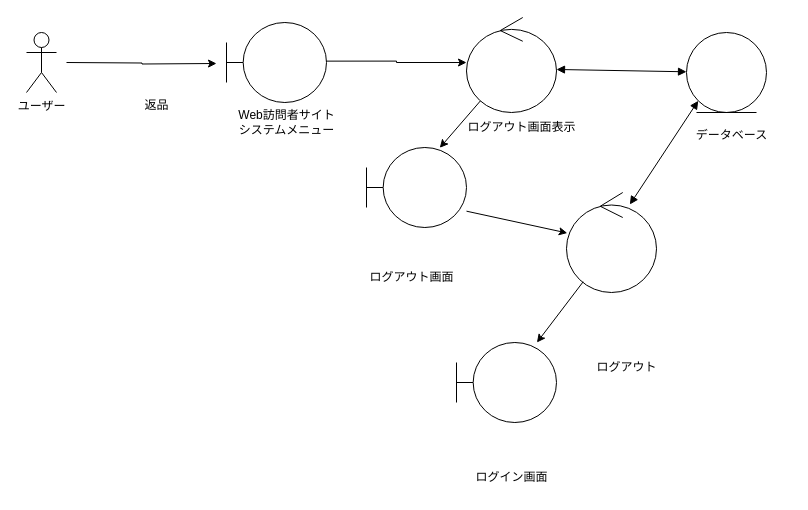
The draw.io diagram BBshop/analysis_09.drawio in ghbuser12/ohara_uml, before the edit. Source tidied: cells renumbered, new cells numbered last; positions are measured from the earlier drawing's top-left corner, leaving out a move shared by most shapes. Both pictures are drawn from the tidied source at 100%, with x=0, y=0 at pixel (26, 17).
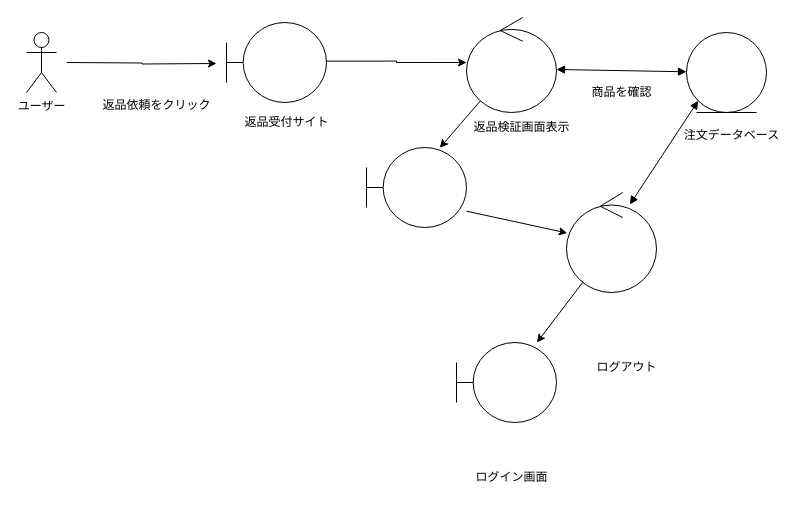
Above is the later version.

What changed in the source:
```diff
@@
-    <mxCell id="5" value="Web訪問者サイト&lt;div&gt;システムメニュー&lt;/div&gt;" style="text;html=1;align=center;verticalAlign=middle;strokeColor=none;fillColor=none;" parent="1" vertex="1">
-      <mxGeometry x="200" y="85" width="120" height="40" as="geometry" />
+    <mxCell id="5" value="返品受付サイト" style="text;html=1;align=center;verticalAlign=middle;strokeColor=none;fillColor=none;" parent="1" vertex="1">
+      <mxGeometry x="205" y="90" width="110" height="30" as="geometry" />
     </mxCell>
@@
-    <mxCell id="8" value="ログアウト画面表示" style="text;html=1;align=center;verticalAlign=middle;strokeColor=none;fillColor=none;" parent="1" vertex="1">
-      <mxGeometry x="430" y="95" width="130" height="30" as="geometry" />
+    <mxCell id="8" value="返品検証画面表示" style="text;html=1;align=center;verticalAlign=middle;strokeColor=none;fillColor=none;" parent="1" vertex="1">
+      <mxGeometry x="435" y="95" width="120" height="30" as="geometry" />
     </mxCell>
@@
-    <mxCell id="12" value="ログアウト画面" style="text;html=1;align=center;verticalAlign=middle;strokeColor=none;fillColor=none;" parent="1" vertex="1">
-      <mxGeometry x="330" y="245" width="110" height="30" as="geometry" />
-    </mxCell>
@@
-    <mxCell id="21" value="データベース" style="text;html=1;align=center;verticalAlign=middle;strokeColor=none;fillColor=none;" parent="1" vertex="1">
-      <mxGeometry x="660" y="103" width="90" height="30" as="geometry" />
+    <mxCell id="21" value="注文データベース" style="text;html=1;align=center;verticalAlign=middle;strokeColor=none;fillColor=none;" parent="1" vertex="1">
+      <mxGeometry x="645" y="103" width="120" height="30" as="geometry" />
     </mxCell>
-    <mxCell id="22" value="返品" style="text;html=1;align=center;verticalAlign=middle;strokeColor=none;fillColor=none;" parent="1" vertex="1">
-      <mxGeometry x="105" y="73" width="50" height="30" as="geometry" />
+    <mxCell id="22" value="返品依頼をクリック" style="text;html=1;align=center;verticalAlign=middle;strokeColor=none;fillColor=none;" parent="1" vertex="1">
+      <mxGeometry x="65" y="73" width="130" height="30" as="geometry" />
     </mxCell>
+    <mxCell id="23" value="商品を確認" style="text;html=1;align=center;verticalAlign=middle;strokeColor=none;fillColor=none;" parent="1" vertex="1">
+      <mxGeometry x="555" y="60" width="80" height="30" as="geometry" />
+    </mxCell>
```
